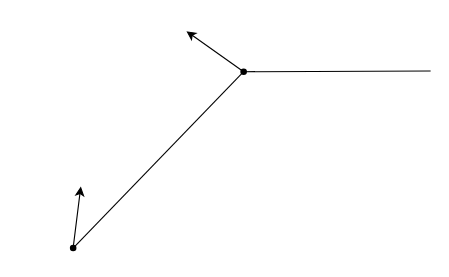
Above: 弹目相对运动模型.drawio in master-fency/plot (draw.io), before the change. Source tidied: cells renumbered, new cells numbered last; positions are measured from the earlier drawing's top-left corner, leaving out a move shared by most shapes. Both pictures are drawn from the tidied source at 110%, with x=0, y=0 at pixel (62, 31).
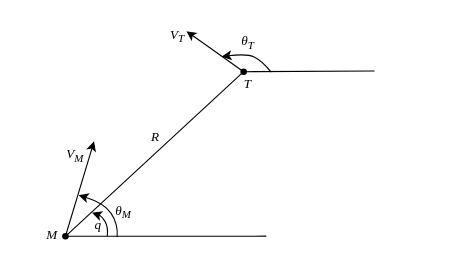
After the change.

Commit message (it also covers changes not shown here):
更新弹目相对运动模型.drawio

Unchanged cells that the change refers to:
```xml
<mxCell id="3" style="shape=waypoint;sketch=0;fillStyle=solid;size=6;points=[];fillColor=none;perimeter=centerPerimeter;snapToPoint=1;perimeterSpacing=0;" parent="1" vertex="1">
  <mxGeometry x="155" y="26.7" width="20" height="20" as="geometry" />
</mxCell>
```

What changed in the source:
```diff
@@
+    <mxCell id="8" value="&lt;font face=&quot;Times New Roman&quot;&gt;&lt;i&gt;q&lt;/i&gt;&lt;/font&gt;" style="text;html=1;whiteSpace=wrap;strokeColor=none;fillColor=none;align=center;verticalAlign=middle;rounded=0;" parent="1" vertex="1">
+      <mxGeometry x="3" y="161" width="60" height="30" as="geometry" />
+    </mxCell>
+    <mxCell id="9" value="&lt;i&gt;&lt;font face=&quot;Times New Roman&quot;&gt;θ&lt;sub&gt;M&lt;/sub&gt;&lt;/font&gt;&lt;/i&gt;" style="text;html=1;whiteSpace=wrap;strokeColor=none;fillColor=none;align=center;verticalAlign=middle;rounded=0;" parent="1" vertex="1">
+      <mxGeometry x="26" y="149" width="60" height="30" as="geometry" />
+    </mxCell>
     <mxCell id="2" style="shape=waypoint;sketch=0;fillStyle=solid;size=6;points=[];fillColor=none;perimeter=centerPerimeter;snapToPoint=1;" parent="1" vertex="1">
-      <mxGeometry y="187" width="20" height="20" as="geometry" />
+      <mxGeometry x="-7" y="176.3" width="20" height="20" as="geometry" />
     </mxCell>
@@
     <mxCell id="5" style="endArrow=classic;html=1;rounded=0;fontFamily=Helvetica;fontSize=12;fontColor=default;" parent="1" edge="1" source="2">
       <mxGeometry relative="1" as="geometry">
-        <mxPoint x="17" y="141" as="targetPoint" />
+        <mxPoint x="29" y="100" as="targetPoint" />
       </mxGeometry>
     </mxCell>
@@
     <mxCell id="7" style="endArrow=none;html=1;rounded=0;fontFamily=Helvetica;fontSize=12;fontColor=default;entryX=0.629;entryY=0.574;entryDx=0;entryDy=0;entryPerimeter=0;" parent="1" edge="1" target="3">
       <mxGeometry relative="1" as="geometry">
-        <mxPoint x="335" y="36" as="sourcePoint" />
+        <mxPoint x="284" y="36" as="sourcePoint" />
       </mxGeometry>
     </mxCell>
+    <mxCell id="10" style="endArrow=none;html=1;rounded=0;fontFamily=Helvetica;fontSize=12;fontColor=default;entryX=0.962;entryY=0.564;entryDx=0;entryDy=0;entryPerimeter=0;" parent="1" edge="1" target="2">
+      <mxGeometry relative="1" as="geometry">
+        <mxPoint x="185.6" y="186.2" as="sourcePoint" />
+      </mxGeometry>
+    </mxCell>
+    <mxCell id="11" style="curved=1;endArrow=classic;html=1;rounded=0;fontFamily=Helvetica;fontSize=12;fontColor=default;" parent="1" edge="1">
+      <mxGeometry relative="1" as="geometry">
+        <mxPoint x="190" y="37" as="sourcePoint" />
+        <mxPoint x="145" y="23" as="targetPoint" />
+        <Array as="points">
+          <mxPoint x="182" y="27" />
+          <mxPoint x="168" y="20" />
+        </Array>
+      </mxGeometry>
+    </mxCell>
+    <mxCell id="12" style="curved=1;endArrow=classic;html=1;rounded=0;fontFamily=Helvetica;fontSize=12;fontColor=default;" parent="1" edge="1">
+      <mxGeometry relative="1" as="geometry">
+        <mxPoint x="50" y="187" as="sourcePoint" />
+        <mxPoint x="15" y="149" as="targetPoint" />
+        <Array as="points">
+          <mxPoint x="51" y="175" />
+          <mxPoint x="38" y="156" />
+        </Array>
+      </mxGeometry>
+    </mxCell>
+    <mxCell id="13" style="curved=1;endArrow=classic;html=1;rounded=0;fontFamily=Helvetica;fontSize=12;fontColor=default;entryX=0.02;entryY=0.53;entryDx=0;entryDy=0;entryPerimeter=0;" parent="1" edge="1" target="9">
+      <mxGeometry relative="1" as="geometry">
+        <mxPoint x="41" y="186" as="sourcePoint" />
+        <Array as="points">
+          <mxPoint x="42" y="178" />
+          <mxPoint x="36" y="168" />
+        </Array>
+      </mxGeometry>
+    </mxCell>
+    <mxCell id="14" value="&lt;font face=&quot;Times New Roman&quot;&gt;&lt;i&gt;R&lt;/i&gt;&lt;/font&gt;" style="text;html=1;whiteSpace=wrap;strokeColor=none;fillColor=none;align=center;verticalAlign=middle;rounded=0;" parent="1" vertex="1">
+      <mxGeometry x="55" y="81" width="60" height="30" as="geometry" />
+    </mxCell>
+    <mxCell id="15" value="&lt;font face=&quot;Times New Roman&quot;&gt;&lt;i&gt;θ&lt;sub&gt;T&lt;/sub&gt;&lt;/i&gt;&lt;/font&gt;" style="text;html=1;whiteSpace=wrap;strokeColor=none;fillColor=none;align=center;verticalAlign=middle;rounded=0;" parent="1" vertex="1">
+      <mxGeometry x="139" y="-5" width="60" height="30" as="geometry" />
+    </mxCell>
+    <mxCell id="16" value="&lt;i&gt;&lt;font face=&quot;Times New Roman&quot;&gt;V&lt;sub&gt;T&lt;/sub&gt;&lt;/font&gt;&lt;/i&gt;" style="text;html=1;whiteSpace=wrap;strokeColor=none;fillColor=none;align=center;verticalAlign=middle;rounded=0;" parent="1" vertex="1">
+      <mxGeometry x="75" y="-11" width="60" height="30" as="geometry" />
+    </mxCell>
+    <mxCell id="17" value="&lt;font face=&quot;Times New Roman&quot;&gt;&lt;i&gt;T&lt;/i&gt;&lt;/font&gt;" style="text;html=1;whiteSpace=wrap;strokeColor=none;fillColor=none;align=center;verticalAlign=middle;rounded=0;" parent="1" vertex="1">
+      <mxGeometry x="139" y="33" width="60" height="30" as="geometry" />
+    </mxCell>
+    <mxCell id="18" value="&lt;font face=&quot;Times New Roman&quot;&gt;&lt;i&gt;V&lt;sub&gt;M&lt;/sub&gt;&lt;/i&gt;&lt;/font&gt;" style="text;html=1;whiteSpace=wrap;strokeColor=none;fillColor=none;align=center;verticalAlign=middle;rounded=0;" parent="1" vertex="1">
+      <mxGeometry x="-18" y="98" width="60" height="30" as="geometry" />
+    </mxCell>
+    <mxCell id="19" value="&lt;i&gt;&lt;font face=&quot;Times New Roman&quot;&gt;M&lt;/font&gt;&lt;/i&gt;" style="text;html=1;whiteSpace=wrap;strokeColor=none;fillColor=none;align=center;verticalAlign=middle;rounded=0;" parent="1" vertex="1">
+      <mxGeometry x="-39" y="170" width="60" height="30" as="geometry" />
+    </mxCell>
```
